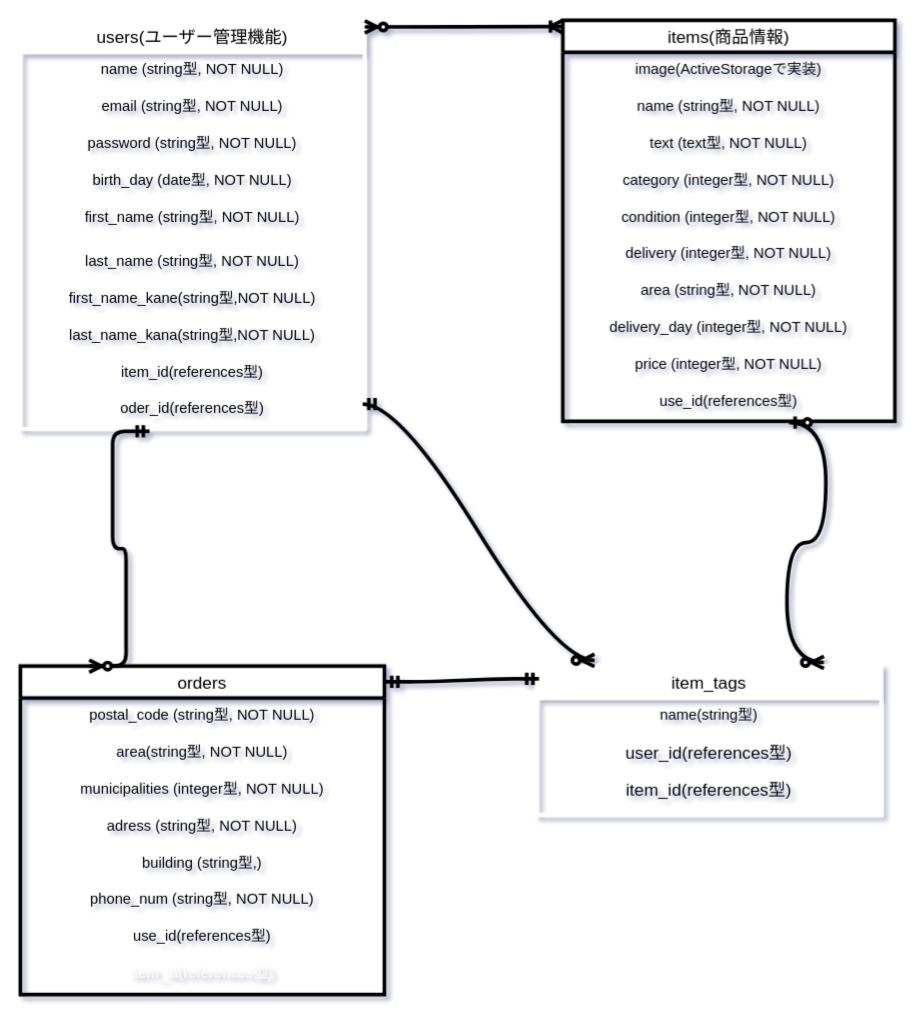
This is ER .dio from same-jima/furima-36128, a draw.io file, before an edit. Source tidied: cells renumbered, new cells numbered last; positions are measured from the earlier drawing's top-left corner, leaving out a move shared by most shapes. Both pictures are drawn from the tidied source at 123%, with x=0, y=0 at pixel (20, 20).
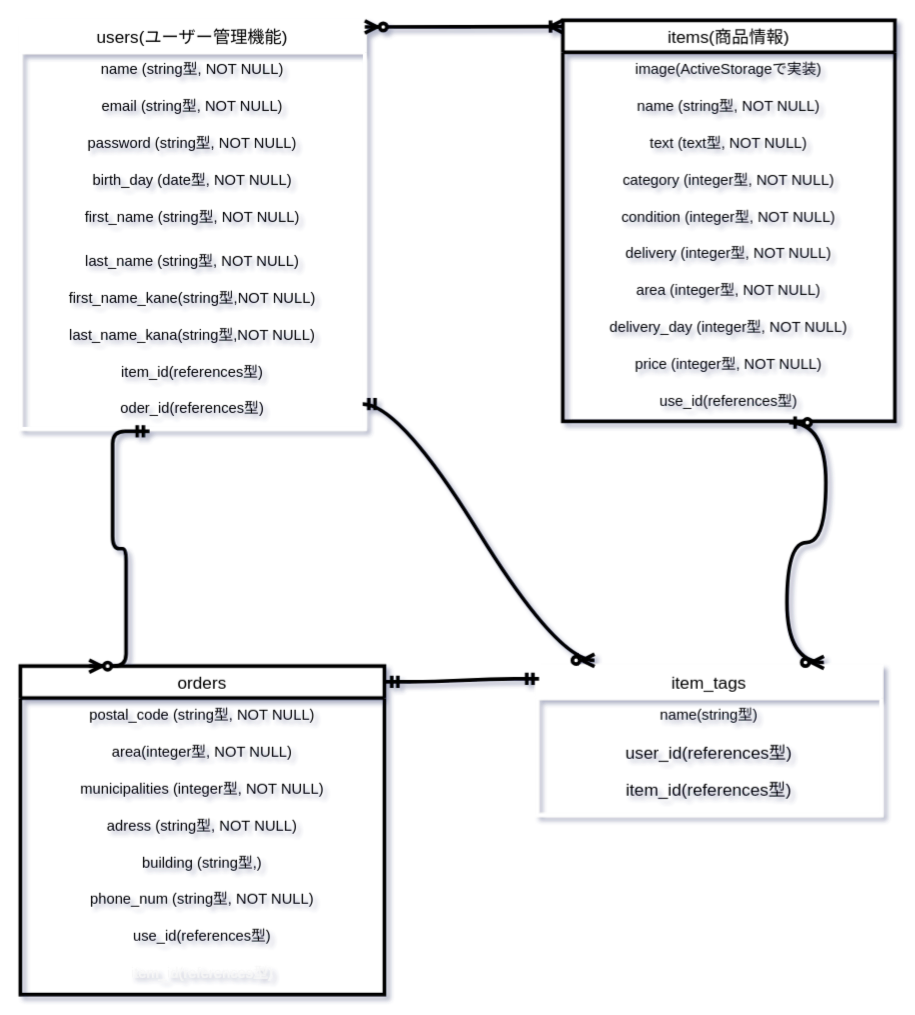
After the change.

Commit message (it also covers changes not shown here):
再々々々修正：アソシエーション・カラムタイプ型

Unchanged cells that the change refers to:
```xml
<mxCell id="13" value="items(商品情報)" style="swimlane;fontStyle=0;horizontal=1;startSize=26;align=center;fontSize=14;strokeWidth=3;" parent="1" vertex="1">
  <mxGeometry x="441" width="270" height="326" as="geometry" />
</mxCell>
<mxCell id="24" value="orders" style="swimlane;fontStyle=0;horizontal=1;startSize=26;align=center;fontSize=14;strokeWidth=3;" parent="1" vertex="1">
  <mxGeometry y="525" width="296" height="267" as="geometry" />
</mxCell>
```

Change to the diagram source:
```diff
@@
-    <mxCell id="20" value="area (string型, NOT NULL)" style="text;strokeColor=none;fillColor=none;spacingLeft=4;spacingRight=4;overflow=hidden;fontSize=12;align=center;" parent="13" vertex="1">
+    <mxCell id="20" value="area (integer型, NOT NULL)" style="text;strokeColor=none;fillColor=none;spacingLeft=4;spacingRight=4;overflow=hidden;fontSize=12;align=center;" parent="13" vertex="1">
       <mxGeometry y="206" width="270" height="30" as="geometry" />
     </mxCell>
@@
-    <mxCell id="26" value="area(string型, NOT NULL)" style="text;strokeColor=none;fillColor=none;spacingLeft=4;spacingRight=4;overflow=hidden;fontSize=12;align=center;" parent="24" vertex="1">
+    <mxCell id="26" value="area(integer型, NOT NULL)" style="text;strokeColor=none;fillColor=none;spacingLeft=4;spacingRight=4;overflow=hidden;fontSize=12;align=center;" parent="24" vertex="1">
       <mxGeometry y="56" width="296" height="30" as="geometry" />
     </mxCell>
```
